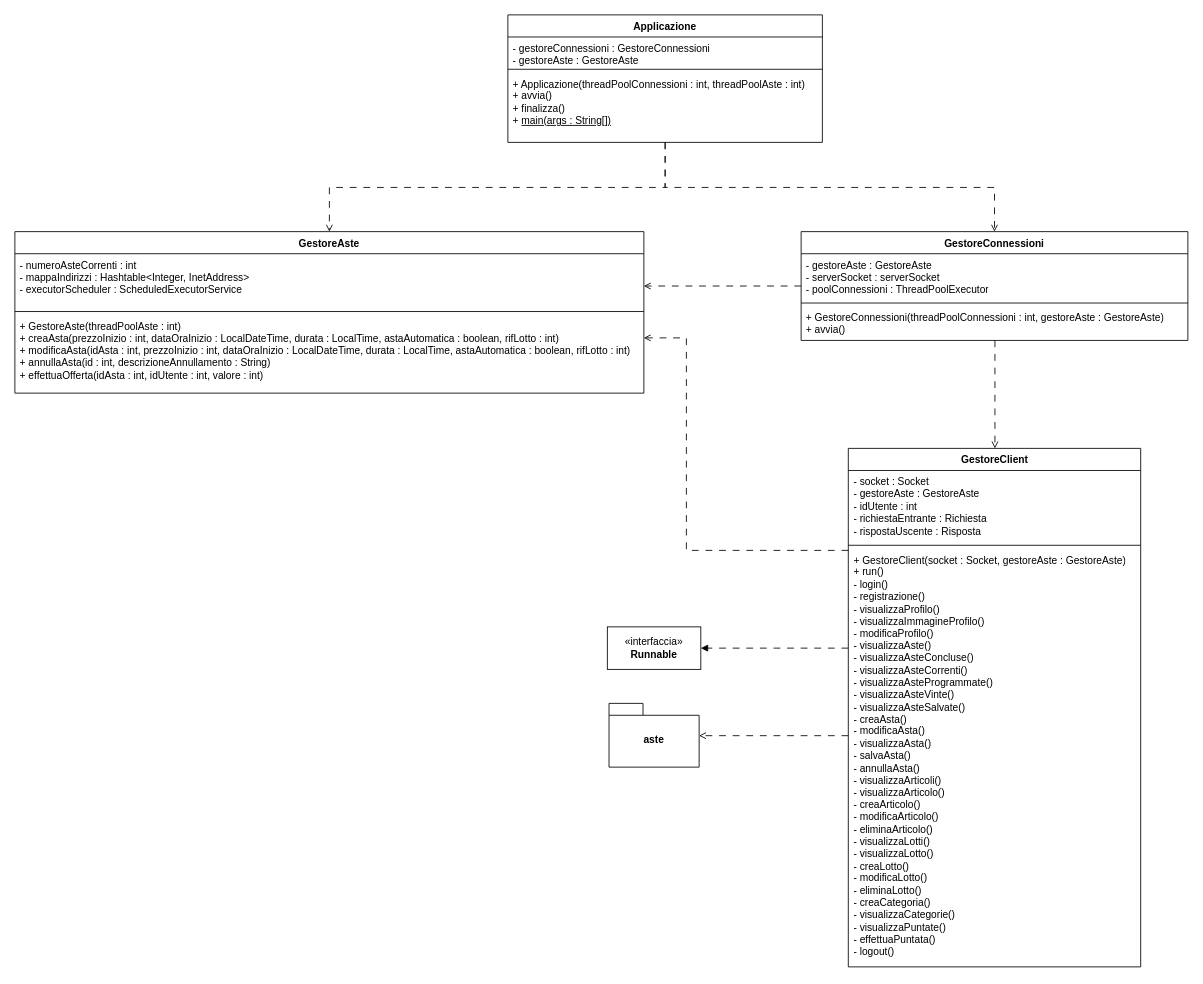
Before: documenti/DC-Server.drawio in Chaos-Rat/GAO, a draw.io diagram. Source tidied: cells renumbered, new cells numbered last; positions are measured from the earlier drawing's top-left corner, leaving out a move shared by most shapes. Both pictures are drawn from the tidied source at 85%, with x=0, y=0 at pixel (14, 14).
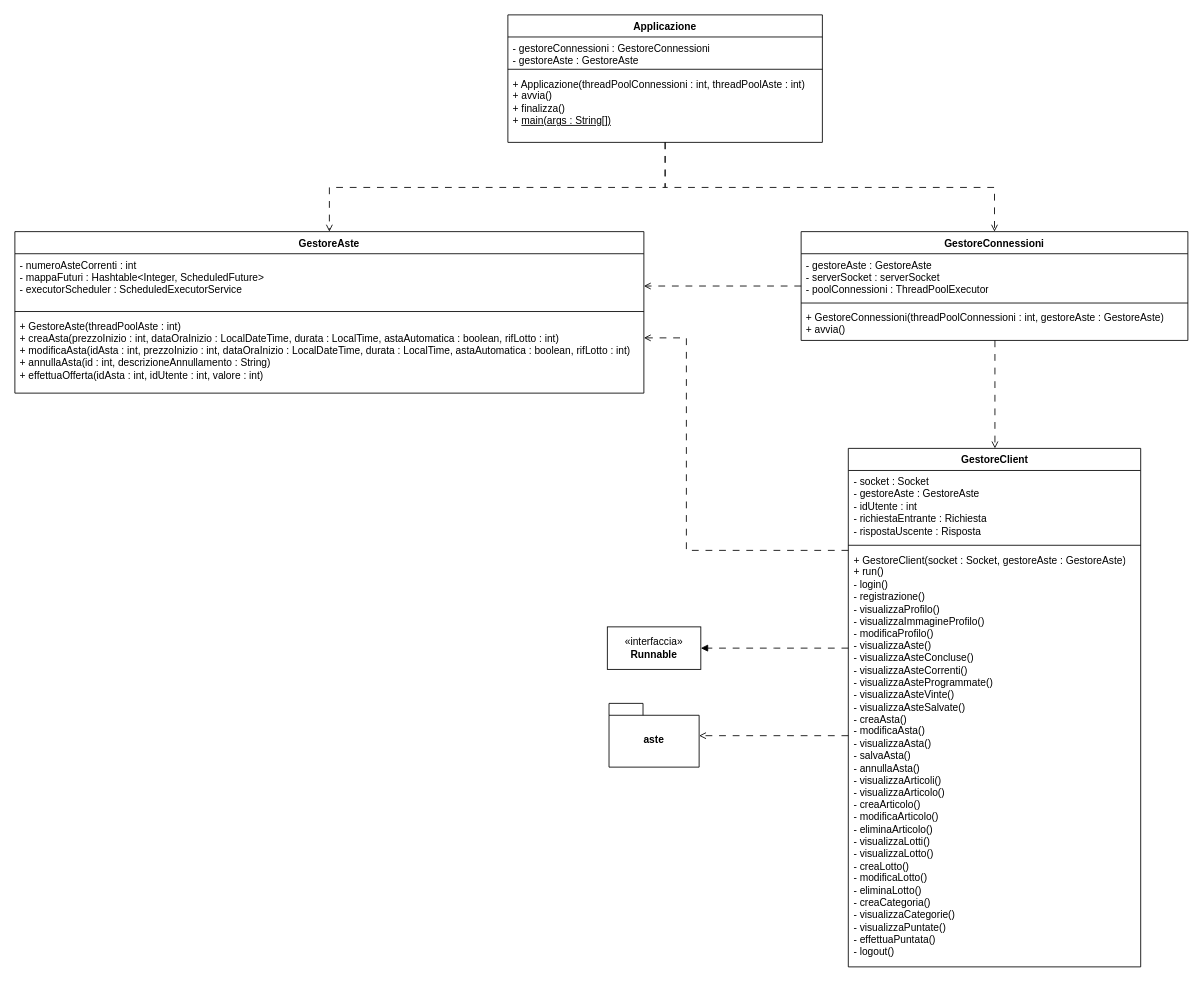
After the change.

The change refers to these unchanged cells:
```xml
<mxCell id="20" value="GestoreAste" style="swimlane;fontStyle=1;align=center;verticalAlign=top;horizontal=1;startSize=26;whiteSpace=wrap;html=1;" parent="1" vertex="1">
  <mxGeometry y="255" width="740" height="190" as="geometry" />
</mxCell>
```

What changed in the source:
```diff
@@
-    <mxCell id="21" value="&lt;div&gt;- numeroAsteCorrenti : int&lt;/div&gt;&lt;div&gt;- mappaIndirizzi : Hashtable&amp;lt;Integer, InetAddress&amp;gt;&lt;/div&gt;&lt;div&gt;- executorScheduler : ScheduledExecutorService&lt;/div&gt;" style="text;strokeColor=none;fillColor=none;align=left;verticalAlign=top;spacingLeft=4;spacingRight=4;overflow=hidden;whiteSpace=wrap;html=1;" parent="20" vertex="1">
+    <mxCell id="21" value="&lt;div&gt;- numeroAsteCorrenti : int&lt;/div&gt;&lt;div&gt;- mappaFuturi : Hashtable&amp;lt;Integer, ScheduledFuture&amp;gt;&lt;/div&gt;&lt;div&gt;- executorScheduler : ScheduledExecutorService&lt;/div&gt;" style="text;strokeColor=none;fillColor=none;align=left;verticalAlign=top;spacingLeft=4;spacingRight=4;overflow=hidden;whiteSpace=wrap;html=1;" parent="20" vertex="1">
       <mxGeometry y="26" width="740" height="64" as="geometry" />
     </mxCell>
```
